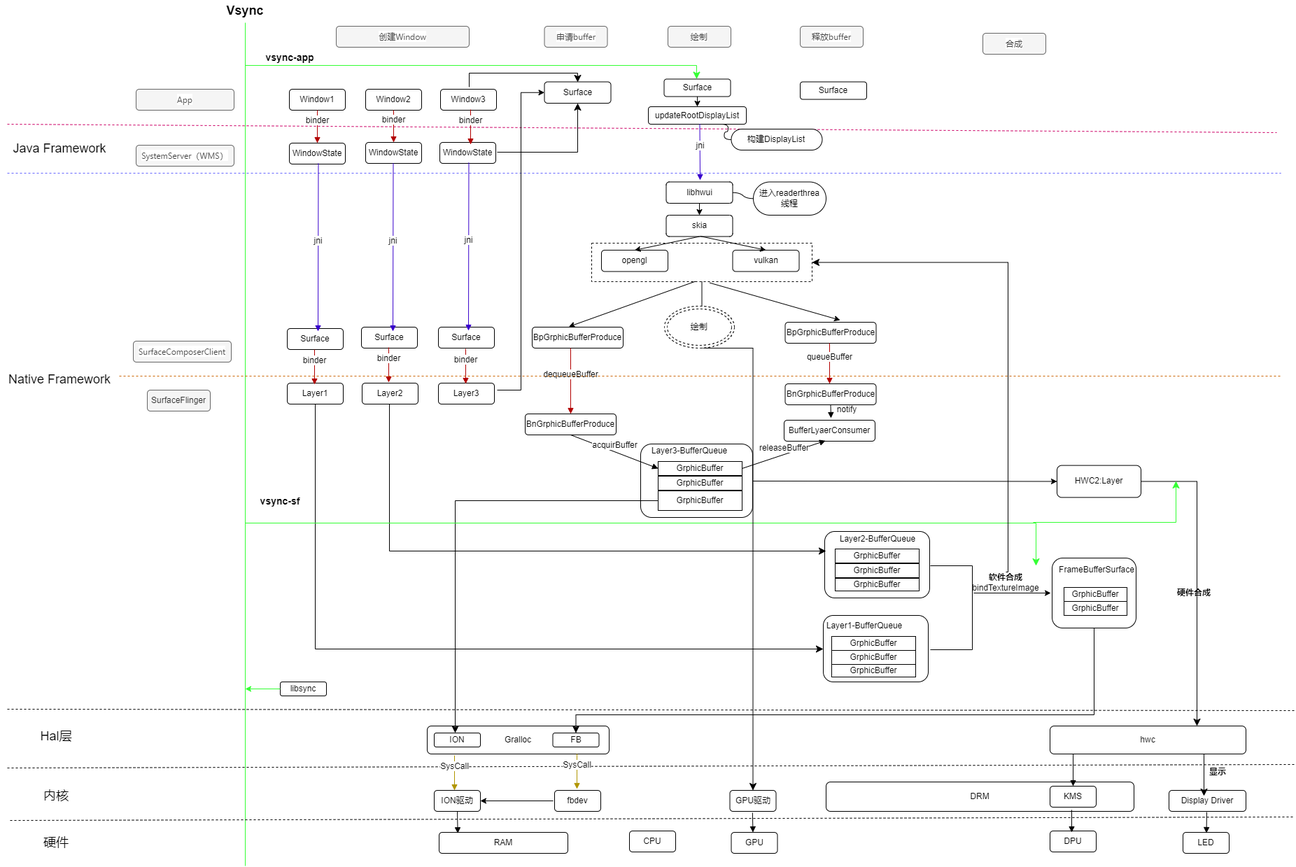
The draw.io diagram static/img/android图形架构.png in ywqyunshan/blog, before a commit. Source tidied: cells renumbered, new cells last; positions are measured from the earlier drawing's top-left corner, leaving out a move shared by most shapes.
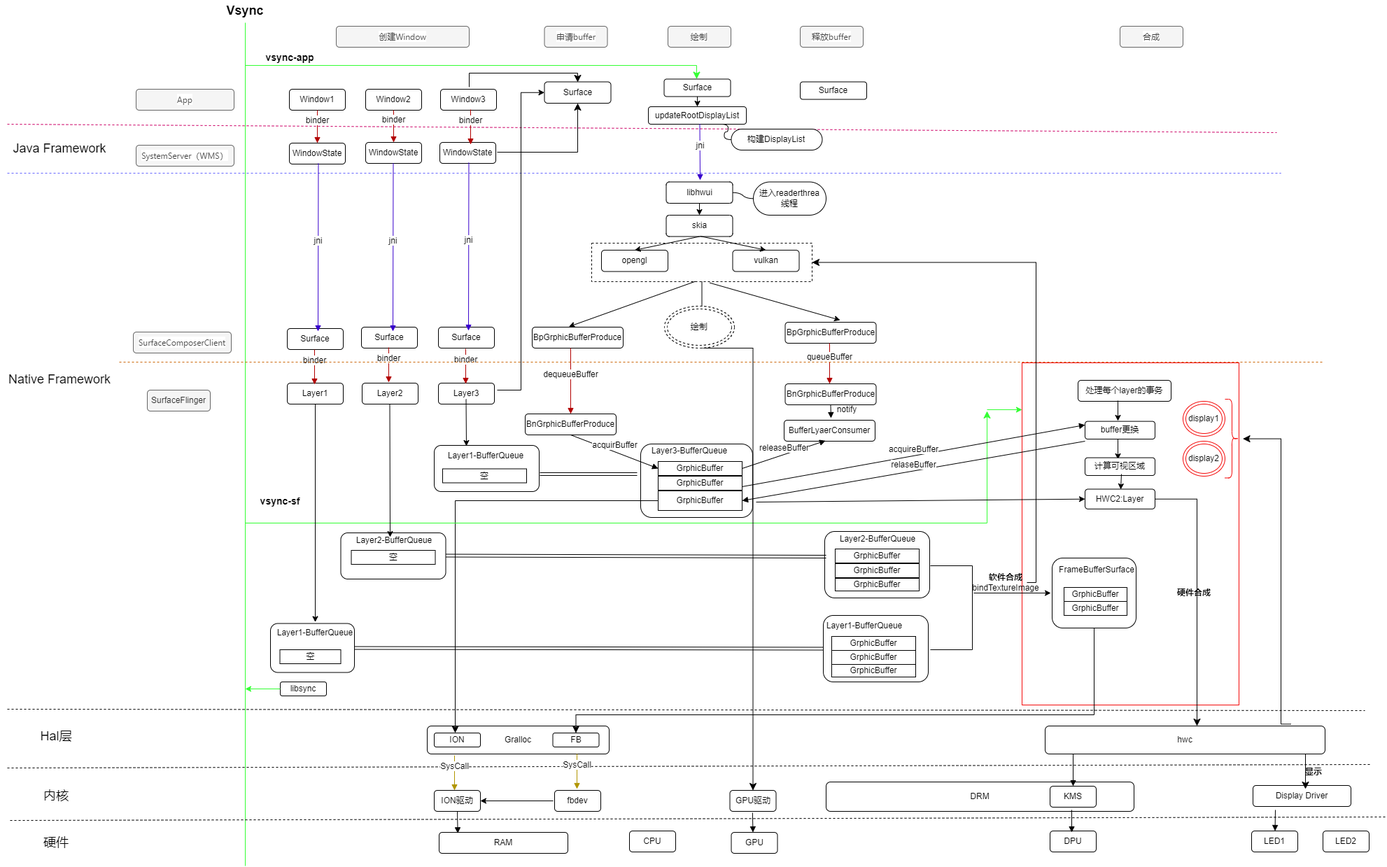
After the change.

Change to the diagram source:
```diff
@@ -4,2 +4,5 @@
     <mxCell id="1" parent="0" />
+    <mxCell id="144" style="rounded=0;whiteSpace=wrap;html=1;strokeColor=#f40b0b;fillColor=none;" parent="1" vertex="1">
+      <mxGeometry x="1460" y="518" width="310" height="489" as="geometry" />
+    </mxCell>
     <mxCell id="2" style="rounded=0;whiteSpace=wrap;html=1;dashed=1;" parent="1" vertex="1">
@@ -10,3 +13,3 @@
         <mxPoint x="10" y="1097" as="sourcePoint" />
-        <mxPoint x="1850" y="1092" as="targetPoint" />
+        <mxPoint x="1960" y="1092" as="targetPoint" />
       </mxGeometry>
@@ -28,4 +31,4 @@
     </mxCell>
-    <mxCell id="9" value="LED" style="rounded=1;whiteSpace=wrap;html=1;" parent="1" vertex="1">
-      <mxGeometry x="1690" y="1189" width="66" height="30" as="geometry" />
+    <mxCell id="9" value="LED1" style="rounded=1;whiteSpace=wrap;html=1;" parent="1" vertex="1">
+      <mxGeometry x="1788" y="1187" width="66" height="30" as="geometry" />
     </mxCell>
@@ -41,3 +44,3 @@
     <mxCell id="13" value="&lt;span style=&quot;color: rgb(64, 64, 64); font-family: -apple-system, BlinkMacSystemFont, &amp;quot;Apple Color Emoji&amp;quot;, &amp;quot;Segoe UI Emoji&amp;quot;, &amp;quot;Segoe UI Symbol&amp;quot;, &amp;quot;Segoe UI&amp;quot;, &amp;quot;PingFang SC&amp;quot;, &amp;quot;Hiragino Sans GB&amp;quot;, &amp;quot;Microsoft YaHei&amp;quot;, &amp;quot;Helvetica Neue&amp;quot;, Helvetica, Arial, sans-serif; text-align: start; background-color: rgb(255, 255, 255);&quot;&gt;&lt;font style=&quot;font-size: 12px;&quot;&gt;SurfaceComposerClient&lt;/font&gt;&lt;/span&gt;" style="rounded=1;whiteSpace=wrap;html=1;fillColor=#f5f5f5;fontColor=#333333;strokeColor=#666666;" parent="1" vertex="1">
-      <mxGeometry x="190" y="487" width="140" height="30" as="geometry" />
+      <mxGeometry x="190" y="474" width="140" height="30" as="geometry" />
     </mxCell>
@@ -58,3 +61,3 @@
         <mxPoint x="10" y="1013" as="sourcePoint" />
-        <mxPoint x="1850" y="1015" as="targetPoint" />
+        <mxPoint x="1950" y="1015" as="targetPoint" />
       </mxGeometry>
@@ -80,3 +83,3 @@
     <mxCell id="23" value="Display Driver" style="rounded=1;whiteSpace=wrap;html=1;" parent="1" vertex="1">
-      <mxGeometry x="1670" y="1129" width="110" height="30" as="geometry" />
+      <mxGeometry x="1790" y="1122" width="140" height="30" as="geometry" />
     </mxCell>
@@ -86,3 +89,3 @@
     <mxCell id="25" value="hwc" style="rounded=1;whiteSpace=wrap;html=1;" parent="1" vertex="1">
-      <mxGeometry x="1500" y="1037" width="280" height="40" as="geometry" />
+      <mxGeometry x="1493" y="1037" width="400" height="40" as="geometry" />
     </mxCell>
@@ -187,3 +190,3 @@
     </mxCell>
-    <mxCell id="54" style="html=1;verticalAlign=bottom;endArrow=block;rounded=0;fontSize=12;fillColor=#e3c800;strokeColor=#000000;entryX=0.5;entryY=0;entryDx=0;entryDy=0;exitX=0.118;exitY=1;exitDx=0;exitDy=0;exitPerimeter=0;" parent="1" edge="1" source="25" target="114">
+    <mxCell id="54" style="html=1;verticalAlign=bottom;endArrow=block;rounded=0;fontSize=12;fillColor=#e3c800;strokeColor=#000000;entryX=0.5;entryY=0;entryDx=0;entryDy=0;exitX=0.1;exitY=1;exitDx=0;exitDy=0;exitPerimeter=0;" parent="1" edge="1" source="25" target="114">
       <mxGeometry relative="1" as="geometry" />
@@ -310,19 +313,2 @@
     </mxCell>
-    <mxCell id="87" style="edgeStyle=elbowEdgeStyle;elbow=vertical;endArrow=classic;html=1;curved=0;rounded=0;endSize=8;startSize=8;strokeColor=#000000;exitX=0.5;exitY=1;exitDx=0;exitDy=0;" parent="1" edge="1">
-      <mxGeometry relative="1" as="geometry">
-        <mxPoint x="556" y="577" as="sourcePoint" />
-        <mxPoint x="1180" y="787" as="targetPoint" />
-        <Array as="points">
-          <mxPoint x="809" y="787" />
-        </Array>
-      </mxGeometry>
-    </mxCell>
-    <mxCell id="88" style="edgeStyle=elbowEdgeStyle;elbow=vertical;endArrow=classic;html=1;curved=0;rounded=0;endSize=8;startSize=8;strokeColor=#000000;exitX=0.5;exitY=1;exitDx=0;exitDy=0;" parent="1" edge="1" target="82">
-      <mxGeometry relative="1" as="geometry">
-        <mxPoint x="450" y="577" as="sourcePoint" />
-        <Array as="points">
-          <mxPoint x="900" y="927" />
-        </Array>
-      </mxGeometry>
-    </mxCell>
     <mxCell id="89" style="rounded=1;whiteSpace=wrap;html=1;" parent="1" vertex="1">
@@ -356,4 +342,4 @@
       <mxGeometry relative="1" as="geometry">
-        <mxPoint x="170" y="537" as="sourcePoint" />
-        <mxPoint x="1830" y="537" as="targetPoint" />
+        <mxPoint x="170" y="517" as="sourcePoint" />
+        <mxPoint x="1890" y="517" as="targetPoint" />
       </mxGeometry>
@@ -368,4 +354,4 @@
       <mxGeometry relative="1" as="geometry">
-        <mxPoint x="1724" y="1160" as="sourcePoint" />
-        <mxPoint x="1723.5" y="1190" as="targetPoint" />
+        <mxPoint x="1822" y="1157" as="sourcePoint" />
+        <mxPoint x="1821.5" y="1187" as="targetPoint" />
       </mxGeometry>
@@ -375,3 +361,3 @@
         <mxPoint x="14" y="1172" as="sourcePoint" />
-        <mxPoint x="1849" y="1167" as="targetPoint" />
+        <mxPoint x="1980" y="1167" as="targetPoint" />
       </mxGeometry>
@@ -379,3 +365,3 @@
     <mxCell id="101" value="&lt;div style=&quot;text-align: start;&quot;&gt;&lt;font face=&quot;-apple-system, BlinkMacSystemFont, Apple Color Emoji, Segoe UI Emoji, Segoe UI Symbol, Segoe UI, PingFang SC, Hiragino Sans GB, Microsoft YaHei, Helvetica Neue, Helvetica, Arial, sans-serif&quot; color=&quot;#404040&quot;&gt;&lt;span style=&quot;background-color: rgb(255, 255, 255);&quot;&gt;合成&lt;/span&gt;&lt;/font&gt;&lt;/div&gt;" style="rounded=1;whiteSpace=wrap;html=1;fillColor=#f5f5f5;fontColor=#333333;strokeColor=#666666;" parent="1" vertex="1">
-      <mxGeometry x="1404" y="47" width="90" height="30" as="geometry" />
+      <mxGeometry x="1600" y="37" width="90" height="30" as="geometry" />
     </mxCell>
@@ -408,6 +394,7 @@
         <mxPoint x="350" y="737" as="sourcePoint" />
-        <mxPoint x="1480" y="808" as="targetPoint" />
+        <mxPoint x="1410" y="587" as="targetPoint" />
         <Array as="points">
           <mxPoint x="350" y="747" />
-          <mxPoint x="1480" y="747" />
+          <mxPoint x="1410" y="747" />
+          <mxPoint x="1410" y="587" />
         </Array>
@@ -420,4 +407,4 @@
       <mxGeometry relative="1" as="geometry">
-        <mxPoint x="1676" y="1077" as="sourcePoint" />
-        <mxPoint x="1720" y="1137" as="targetPoint" />
+        <mxPoint x="1821" y="1077" as="sourcePoint" />
+        <mxPoint x="1865" y="1127" as="targetPoint" />
       </mxGeometry>
@@ -425,3 +412,3 @@
     <mxCell id="109" value="&lt;b&gt;&lt;font style=&quot;font-size: 12px;&quot;&gt;显示&lt;/font&gt;&lt;/b&gt;" style="text;html=1;strokeColor=none;fillColor=none;align=center;verticalAlign=middle;whiteSpace=wrap;rounded=0;fontSize=14;" parent="1" vertex="1">
-      <mxGeometry x="1710" y="1087" width="60" height="30" as="geometry" />
+      <mxGeometry x="1847" y="1087" width="60" height="30" as="geometry" />
     </mxCell>
@@ -544,6 +531,6 @@
     </mxCell>
-    <mxCell id="138" style="edgeStyle=elbowEdgeStyle;elbow=horizontal;endArrow=classic;html=1;curved=0;rounded=0;endSize=8;startSize=8;entryX=1;entryY=0.5;entryDx=0;entryDy=0;exitX=0.5;exitY=0;exitDx=0;exitDy=0;" parent="1" edge="1" source="92" target="2">
+    <mxCell id="138" style="edgeStyle=elbowEdgeStyle;elbow=horizontal;endArrow=classic;html=1;curved=0;rounded=0;endSize=8;startSize=8;entryX=1;entryY=0.5;entryDx=0;entryDy=0;" parent="1" edge="1" source="92" target="2">
       <mxGeometry relative="1" as="geometry">
         <Array as="points">
-          <mxPoint x="1440" y="587" />
+          <mxPoint x="1480" y="597" />
         </Array>
@@ -551,10 +538,4 @@
     </mxCell>
-    <mxCell id="139" style="edgeStyle=segmentEdgeStyle;endArrow=classic;html=1;curved=0;rounded=0;endSize=8;startSize=8;strokeColor=#33FF33;" parent="1" edge="1">
-      <mxGeometry relative="1" as="geometry">
-        <mxPoint x="1476" y="746" as="sourcePoint" />
-        <mxPoint x="1680" y="687" as="targetPoint" />
-      </mxGeometry>
-    </mxCell>
     <mxCell id="140" value="HWC2:Layer" style="rounded=1;whiteSpace=wrap;html=1;" parent="1" vertex="1">
-      <mxGeometry x="1510" y="664.6" width="120" height="45.8" as="geometry" />
+      <mxGeometry x="1550" y="698.5" width="100" height="28.4" as="geometry" />
     </mxCell>
@@ -562,3 +543,3 @@
       <mxGeometry relative="1" as="geometry">
-        <mxPoint x="1075" y="687" as="sourcePoint" />
+        <mxPoint x="1080" y="717" as="sourcePoint" />
       </mxGeometry>
@@ -574,2 +555,122 @@
     </mxCell>
+    <mxCell id="145" value="LED2" style="rounded=1;whiteSpace=wrap;html=1;" parent="1" vertex="1">
+      <mxGeometry x="1890" y="1187" width="66" height="30" as="geometry" />
+    </mxCell>
+    <mxCell id="146" style="rounded=1;whiteSpace=wrap;html=1;" parent="1" vertex="1">
+      <mxGeometry x="386" y="890.5" width="120" height="70" as="geometry" />
+    </mxCell>
+    <mxCell id="147" value="Layer1-BufferQueue" style="text;html=1;strokeColor=none;fillColor=none;align=center;verticalAlign=middle;whiteSpace=wrap;rounded=0;fontSize=12;" parent="1" vertex="1">
+      <mxGeometry x="385" y="888.5" width="130" height="30" as="geometry" />
+    </mxCell>
+    <mxCell id="148" value="空" style="rounded=0;whiteSpace=wrap;html=1;fontSize=12;" parent="1" vertex="1">
+      <mxGeometry x="399.5" y="928" width="87" height="20" as="geometry" />
+    </mxCell>
+    <mxCell id="149" style="endArrow=classic;startArrow=classic;html=1;rounded=0;entryX=0;entryY=0.5;entryDx=0;entryDy=0;exitX=1;exitY=0.5;exitDx=0;exitDy=0;shape=link;" parent="1" edge="1" source="146" target="82">
+      <mxGeometry relative="1" as="geometry" />
+    </mxCell>
+    <mxCell id="150" style="endArrow=classic;html=1;rounded=0;exitX=0.5;exitY=1;exitDx=0;exitDy=0;" parent="1" edge="1" source="69" target="147">
+      <mxGeometry relative="1" as="geometry" />
+    </mxCell>
+    <mxCell id="151" style="rounded=1;whiteSpace=wrap;html=1;" parent="1" vertex="1">
+      <mxGeometry x="486.5" y="761" width="150" height="66" as="geometry" />
+    </mxCell>
+    <mxCell id="152" value="空" style="rounded=0;whiteSpace=wrap;html=1;fontSize=12;" parent="1" vertex="1">
+      <mxGeometry x="501.5" y="786" width="120" height="20" as="geometry" />
+    </mxCell>
+    <mxCell id="153" value="Layer2-BufferQueue" style="text;html=1;strokeColor=none;fillColor=none;align=center;verticalAlign=middle;whiteSpace=wrap;rounded=0;fontSize=12;" parent="1" vertex="1">
+      <mxGeometry x="497.5" y="757" width="130" height="30" as="geometry" />
+    </mxCell>
+    <mxCell id="154" style="endArrow=classic;html=1;rounded=0;exitX=0.5;exitY=1;exitDx=0;exitDy=0;" parent="1" edge="1">
+      <mxGeometry relative="1" as="geometry">
+        <mxPoint x="556.5" y="576.5" as="sourcePoint" />
+        <mxPoint x="557" y="767" as="targetPoint" />
+      </mxGeometry>
+    </mxCell>
+    <mxCell id="155" style="endArrow=classic;startArrow=classic;html=1;rounded=0;exitX=1;exitY=0.5;exitDx=0;exitDy=0;shape=link;" parent="1" edge="1">
+      <mxGeometry relative="1" as="geometry">
+        <mxPoint x="636.5" y="793.5" as="sourcePoint" />
+        <mxPoint x="1180" y="795" as="targetPoint" />
+      </mxGeometry>
+    </mxCell>
+    <mxCell id="156" style="rounded=1;whiteSpace=wrap;html=1;" parent="1" vertex="1">
+      <mxGeometry x="620" y="636" width="150" height="66" as="geometry" />
+    </mxCell>
+    <mxCell id="157" value="空" style="rounded=0;whiteSpace=wrap;html=1;fontSize=12;" parent="1" vertex="1">
+      <mxGeometry x="632" y="669.5" width="120" height="20" as="geometry" />
+    </mxCell>
+    <mxCell id="158" value="Layer1-BufferQueue" style="text;html=1;strokeColor=none;fillColor=none;align=center;verticalAlign=middle;whiteSpace=wrap;rounded=0;fontSize=12;" parent="1" vertex="1">
+      <mxGeometry x="629" y="636" width="130" height="30" as="geometry" />
+    </mxCell>
+    <mxCell id="159" style="endArrow=classic;html=1;rounded=0;exitX=0.5;exitY=1;exitDx=0;exitDy=0;" parent="1" edge="1">
+      <mxGeometry relative="1" as="geometry">
+        <mxPoint x="665.5" y="570" as="sourcePoint" />
+        <mxPoint x="666" y="637" as="targetPoint" />
+      </mxGeometry>
+    </mxCell>
+    <mxCell id="160" style="endArrow=classic;startArrow=classic;html=1;rounded=0;exitX=1.007;exitY=0.621;exitDx=0;exitDy=0;shape=link;exitPerimeter=0;" parent="1" edge="1" source="156">
+      <mxGeometry relative="1" as="geometry">
+        <mxPoint x="910" y="677" as="targetPoint" />
+      </mxGeometry>
+    </mxCell>
+    <mxCell id="161" value="acquireBuffer" style="html=1;verticalAlign=bottom;endArrow=block;rounded=0;fontSize=12;fillColor=#e51400;strokeColor=#000000;exitX=1;exitY=0.25;exitDx=0;exitDy=0;entryX=0;entryY=0.5;entryDx=0;entryDy=0;" parent="1" edge="1">
+      <mxGeometry relative="1" as="geometry">
+        <mxPoint x="1060" y="695" as="sourcePoint" />
+        <mxPoint x="1550" y="606.8" as="targetPoint" />
+      </mxGeometry>
+    </mxCell>
+    <mxCell id="162" value="relaseBuffer" style="html=1;verticalAlign=bottom;endArrow=block;rounded=0;fontSize=12;fillColor=#e51400;strokeColor=#000000;entryX=1;entryY=0.75;entryDx=0;entryDy=0;" parent="1" edge="1">
+      <mxGeometry relative="1" as="geometry">
+        <mxPoint x="1550" y="630" as="sourcePoint" />
+        <mxPoint x="1060" y="715" as="targetPoint" />
+      </mxGeometry>
+    </mxCell>
+    <mxCell id="163" style="endArrow=classic;html=1;rounded=0;strokeColor=#33FF33;" parent="1" edge="1">
+      <mxGeometry relative="1" as="geometry">
+        <mxPoint x="1410" y="585" as="sourcePoint" />
+        <mxPoint x="1460" y="585" as="targetPoint" />
+      </mxGeometry>
+    </mxCell>
+    <mxCell id="164" value="处理每个layer的事务" style="rounded=1;whiteSpace=wrap;html=1;" parent="1" vertex="1">
+      <mxGeometry x="1540" y="543" width="133" height="30" as="geometry" />
+    </mxCell>
+    <mxCell id="165" style="endArrow=classic;html=1;rounded=0;strokeColor=#000000;exitX=0.451;exitY=1.167;exitDx=0;exitDy=0;exitPerimeter=0;" parent="1" edge="1">
+      <mxGeometry relative="1" as="geometry">
+        <mxPoint x="1597" y="572" as="sourcePoint" />
+        <mxPoint x="1597" y="601" as="targetPoint" />
+      </mxGeometry>
+    </mxCell>
+    <mxCell id="166" value="buffer更换" style="rounded=1;whiteSpace=wrap;html=1;" parent="1" vertex="1">
+      <mxGeometry x="1550" y="601.6" width="100" height="25.4" as="geometry" />
+    </mxCell>
+    <mxCell id="167" style="endArrow=classic;html=1;rounded=0;strokeColor=#000000;exitX=0.451;exitY=1.167;exitDx=0;exitDy=0;exitPerimeter=0;" parent="1" edge="1">
+      <mxGeometry relative="1" as="geometry">
+        <mxPoint x="1597" y="627" as="sourcePoint" />
+        <mxPoint x="1597" y="656" as="targetPoint" />
+      </mxGeometry>
+    </mxCell>
+    <mxCell id="168" value="计算可视区域" style="rounded=1;whiteSpace=wrap;html=1;" parent="1" vertex="1">
+      <mxGeometry x="1550" y="653.6" width="100" height="25.4" as="geometry" />
+    </mxCell>
+    <mxCell id="169" style="endArrow=classic;html=1;rounded=0;strokeColor=#000000;" parent="1" edge="1">
+      <mxGeometry relative="1" as="geometry">
+        <mxPoint x="1602" y="677" as="sourcePoint" />
+        <mxPoint x="1601" y="699" as="targetPoint" />
+      </mxGeometry>
+    </mxCell>
+    <mxCell id="170" style="edgeStyle=elbowEdgeStyle;elbow=horizontal;endArrow=classic;html=1;curved=0;rounded=0;endSize=8;startSize=8;strokeColor=#000000;exitX=0.878;exitY=-0.067;exitDx=0;exitDy=0;exitPerimeter=0;entryX=1.018;entryY=0.222;entryDx=0;entryDy=0;entryPerimeter=0;" parent="1" edge="1" source="25" target="144">
+      <mxGeometry relative="1" as="geometry">
+        <Array as="points">
+          <mxPoint x="1830" y="817" />
+        </Array>
+      </mxGeometry>
+    </mxCell>
+    <mxCell id="171" value="display1" style="ellipse;shape=doubleEllipse;whiteSpace=wrap;html=1;strokeColor=#f40b0b;fillColor=none;" parent="1" vertex="1">
+      <mxGeometry x="1690" y="573" width="60" height="50" as="geometry" />
+    </mxCell>
+    <mxCell id="172" value="display2" style="ellipse;shape=doubleEllipse;whiteSpace=wrap;html=1;strokeColor=#f40b0b;fillColor=none;" parent="1" vertex="1">
+      <mxGeometry x="1690" y="630" width="60" height="50" as="geometry" />
+    </mxCell>
+    <mxCell id="173" style="shape=curlyBracket;whiteSpace=wrap;html=1;rounded=1;flipH=1;labelPosition=right;verticalLabelPosition=middle;align=left;verticalAlign=middle;strokeColor=#f40b0b;fillColor=none;" parent="1" vertex="1">
+      <mxGeometry x="1750" y="570" width="20" height="112.5" as="geometry" />
+    </mxCell>
   </root>
```
